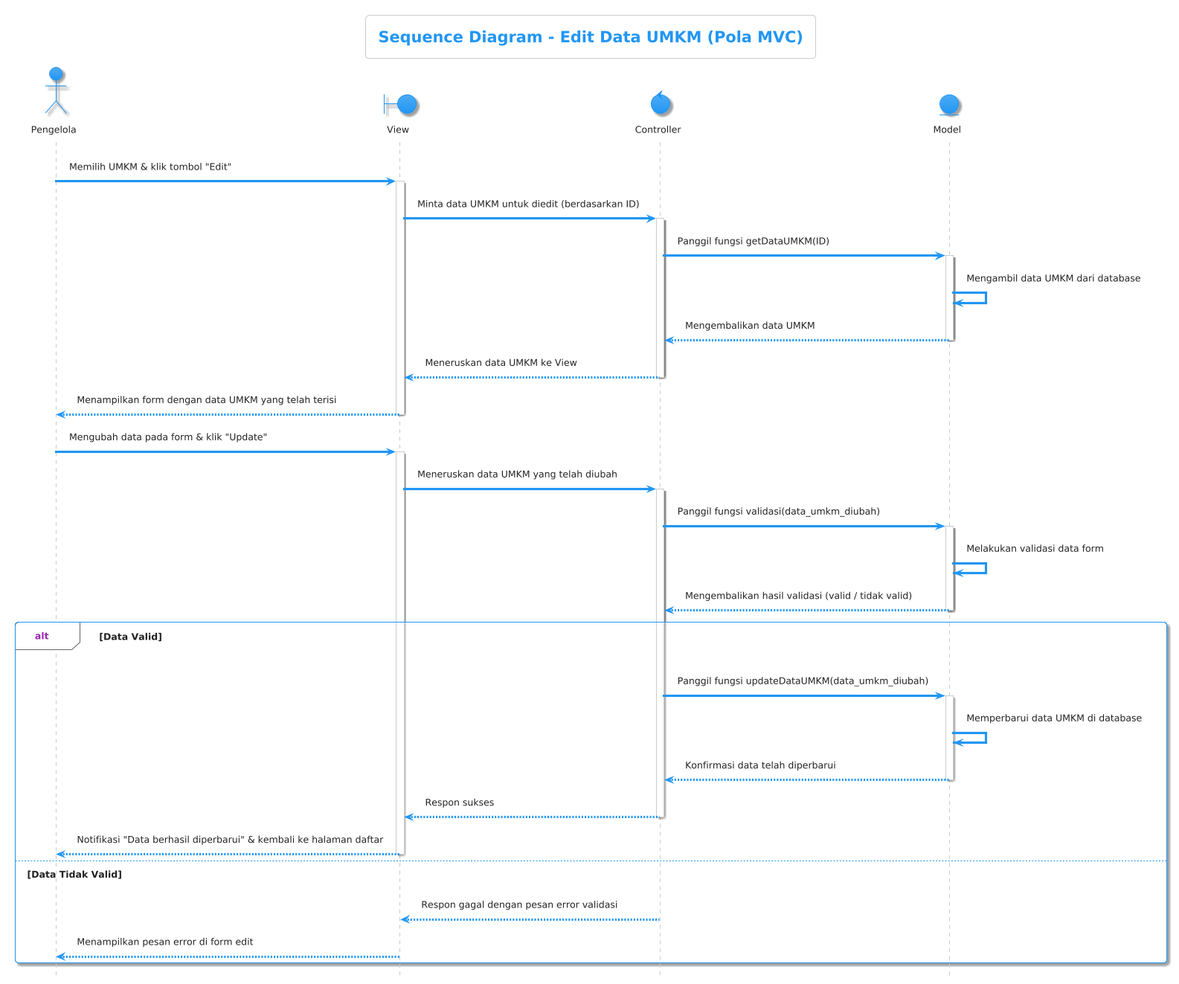
Earlier version of the PlantUML export sequence/kelola umkm/edit/edit umkm.png (Mrmgnt/diagram-kp). The source it was exported from:
```plantuml
@startuml
!theme materia

title Sequence Diagram - Edit Data UMKM (Pola MVC)
hide footbox

actor "Pengelola" as Pengguna
boundary "View" as View
control "Controller" as Controller
entity "Model" as Model

Pengguna -> View: Memilih UMKM & klik tombol "Edit"
activate View

View -> Controller: Minta data UMKM untuk diedit (berdasarkan ID)
activate Controller

Controller -> Model: Panggil fungsi getDataUMKM(ID)
activate Model

Model -> Model: Mengambil data UMKM dari database
Model --> Controller: Mengembalikan data UMKM
deactivate Model

Controller --> View: Meneruskan data UMKM ke View
deactivate Controller

View --> Pengguna: Menampilkan form dengan data UMKM yang telah terisi
deactivate View

Pengguna -> View: Mengubah data pada form & klik "Update"
activate View

View -> Controller: Meneruskan data UMKM yang telah diubah
activate Controller

Controller -> Model: Panggil fungsi validasi(data_umkm_diubah)
activate Model
Model -> Model: Melakukan validasi data form
Model --> Controller: Mengembalikan hasil validasi (valid / tidak valid)
deactivate Model

alt Data Valid
    Controller -> Model: Panggil fungsi updateDataUMKM(data_umkm_diubah)
    activate Model
    Model -> Model: Memperbarui data UMKM di database
    Model --> Controller: Konfirmasi data telah diperbarui
    deactivate Model

    Controller --> View: Respon sukses
    deactivate Controller

    View --> Pengguna: Notifikasi "Data berhasil diperbarui" & kembali ke halaman daftar
    deactivate View
else Data Tidak Valid
    Controller --> View: Respon gagal dengan pesan error validasi
    deactivate Controller

    View --> Pengguna: Menampilkan pesan error di form edit
    deactivate View
end
@enduml
```
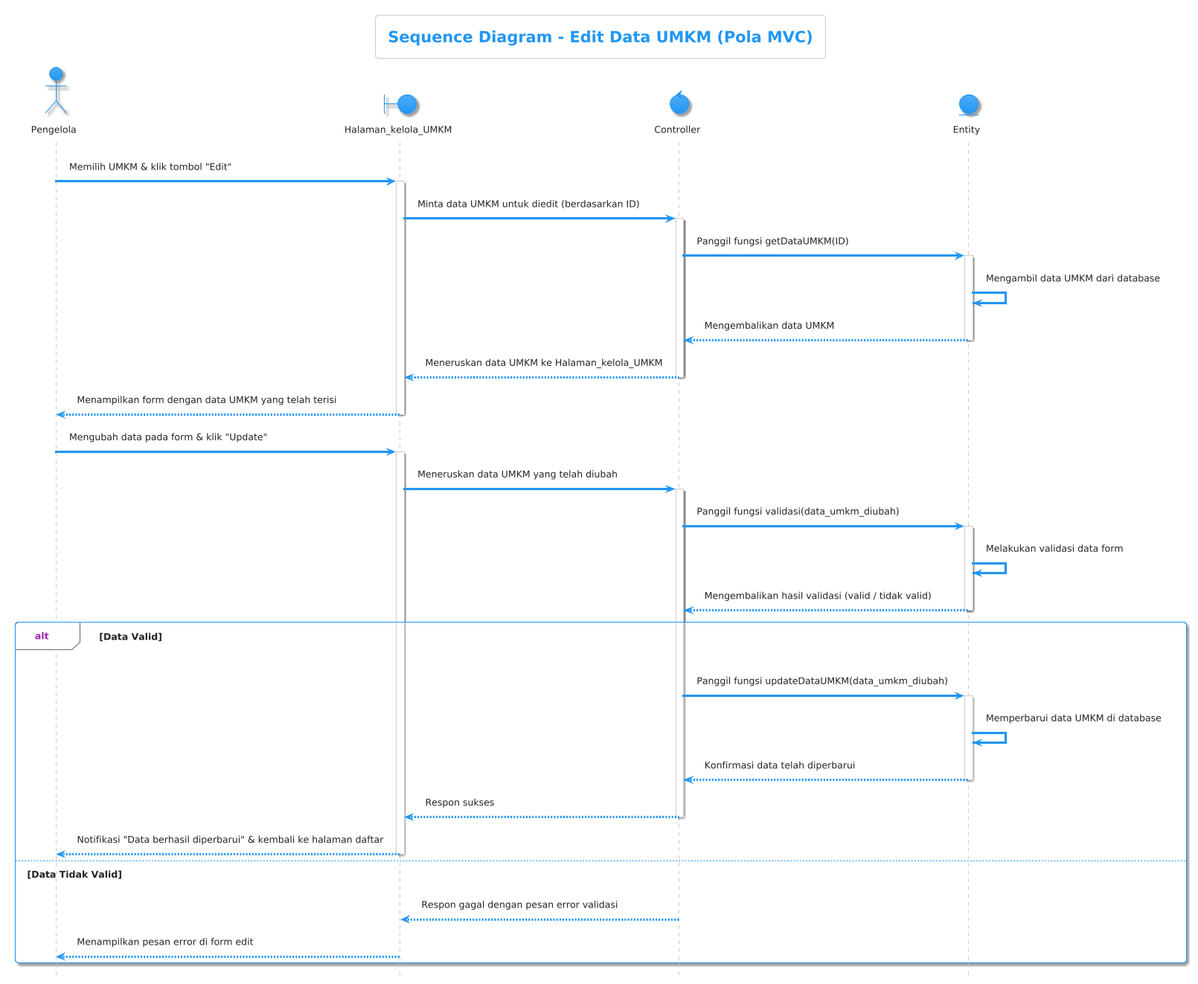
Later version of the same file.

Change to the diagram source:
```diff
@@ -5,58 +5,58 @@
 hide footbox
 
 actor "Pengelola" as Pengguna
-boundary "View" as View
+boundary "Halaman_kelola_UMKM" as Halaman_kelola_UMKM
 control "Controller" as Controller
-entity "Model" as Model
+entity "Entity" as Entity
 
-Pengguna -> View: Memilih UMKM & klik tombol "Edit"
-activate View
+Pengguna -> Halaman_kelola_UMKM: Memilih UMKM & klik tombol "Edit"
+activate Halaman_kelola_UMKM
 
-View -> Controller: Minta data UMKM untuk diedit (berdasarkan ID)
+Halaman_kelola_UMKM -> Controller: Minta data UMKM untuk diedit (berdasarkan ID)
 activate Controller
 
-Controller -> Model: Panggil fungsi getDataUMKM(ID)
-activate Model
+Controller -> Entity: Panggil fungsi getDataUMKM(ID)
+activate Entity
 
-Model -> Model: Mengambil data UMKM dari database
-Model --> Controller: Mengembalikan data UMKM
-deactivate Model
+Entity -> Entity: Mengambil data UMKM dari database
+Entity --> Controller: Mengembalikan data UMKM
+deactivate Entity
 
-Controller --> View: Meneruskan data UMKM ke View
+Controller --> Halaman_kelola_UMKM: Meneruskan data UMKM ke Halaman_kelola_UMKM
 deactivate Controller
 
-View --> Pengguna: Menampilkan form dengan data UMKM yang telah terisi
-deactivate View
+Halaman_kelola_UMKM --> Pengguna: Menampilkan form dengan data UMKM yang telah terisi
+deactivate Halaman_kelola_UMKM
 
-Pengguna -> View: Mengubah data pada form & klik "Update"
-activate View
+Pengguna -> Halaman_kelola_UMKM: Mengubah data pada form & klik "Update"
+activate Halaman_kelola_UMKM
 
-View -> Controller: Meneruskan data UMKM yang telah diubah
+Halaman_kelola_UMKM -> Controller: Meneruskan data UMKM yang telah diubah
 activate Controller
 
-Controller -> Model: Panggil fungsi validasi(data_umkm_diubah)
-activate Model
-Model -> Model: Melakukan validasi data form
-Model --> Controller: Mengembalikan hasil validasi (valid / tidak valid)
-deactivate Model
+Controller -> Entity: Panggil fungsi validasi(data_umkm_diubah)
+activate Entity
+Entity -> Entity: Melakukan validasi data form
+Entity --> Controller: Mengembalikan hasil validasi (valid / tidak valid)
+deactivate Entity
 
 alt Data Valid
-    Controller -> Model: Panggil fungsi updateDataUMKM(data_umkm_diubah)
-    activate Model
-    Model -> Model: Memperbarui data UMKM di database
-    Model --> Controller: Konfirmasi data telah diperbarui
-    deactivate Model
+    Controller -> Entity: Panggil fungsi updateDataUMKM(data_umkm_diubah)
+    activate Entity
+    Entity -> Entity: Memperbarui data UMKM di database
+    Entity --> Controller: Konfirmasi data telah diperbarui
+    deactivate Entity
 
-    Controller --> View: Respon sukses
+    Controller --> Halaman_kelola_UMKM: Respon sukses
     deactivate Controller
 
-    View --> Pengguna: Notifikasi "Data berhasil diperbarui" & kembali ke halaman daftar
-    deactivate View
+    Halaman_kelola_UMKM --> Pengguna: Notifikasi "Data berhasil diperbarui" & kembali ke halaman daftar
+    deactivate Halaman_kelola_UMKM
 else Data Tidak Valid
-    Controller --> View: Respon gagal dengan pesan error validasi
+    Controller --> Halaman_kelola_UMKM: Respon gagal dengan pesan error validasi
     deactivate Controller
 
-    View --> Pengguna: Menampilkan pesan error di form edit
-    deactivate View
+    Halaman_kelola_UMKM --> Pengguna: Menampilkan pesan error di form edit
+    deactivate Halaman_kelola_UMKM
 end
 @enduml
```
